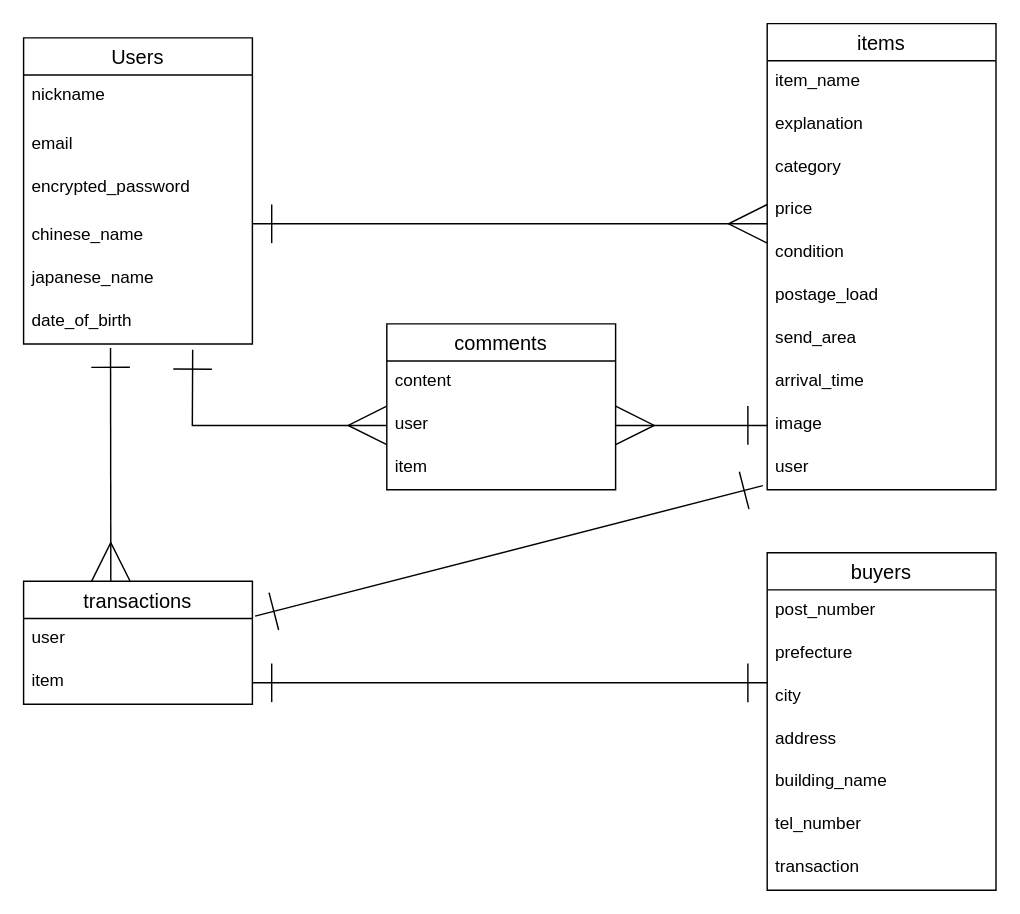
Earlier version of the draw.io diagram furima.dio (kenken-1275/furima-38294). Source tidied: cells renumbered, new cells numbered last; positions are measured from the earlier drawing's top-left corner, leaving out a move shared by most shapes. Both pictures are drawn from the tidied source at 143%, with x=0, y=0 at pixel (23, 23).
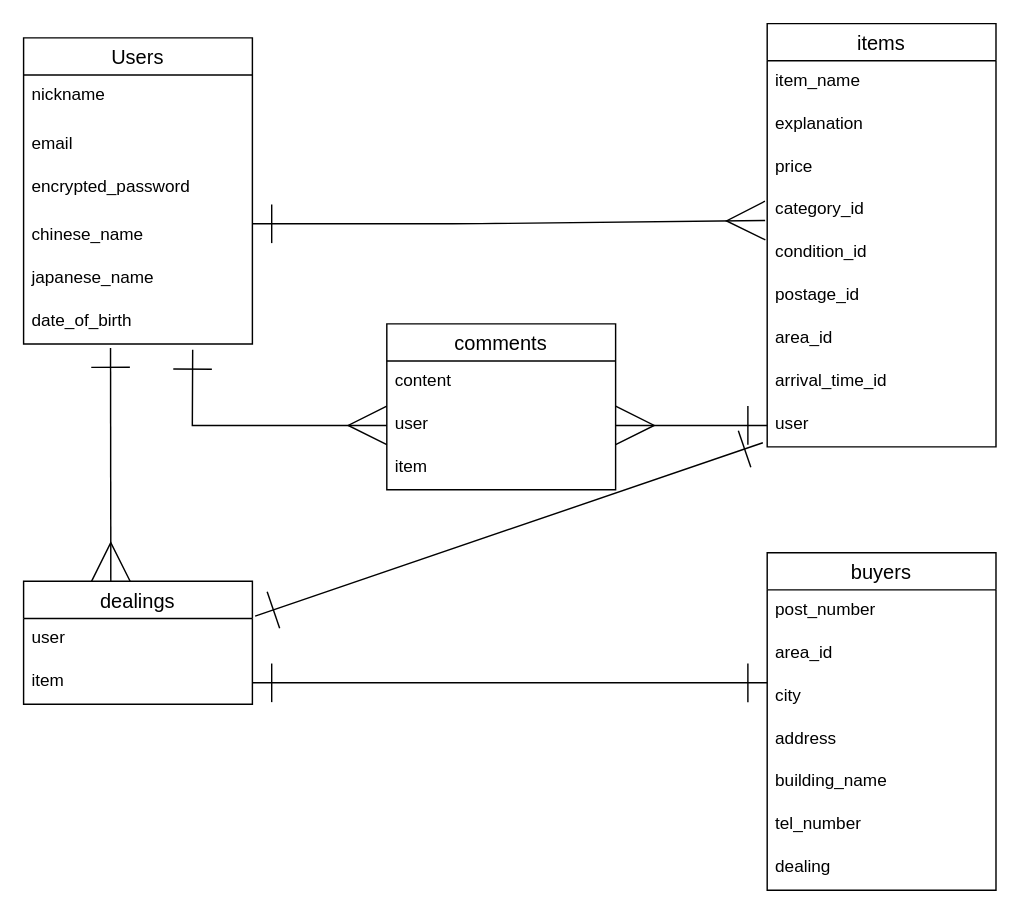
The same page after the edit.

Commit message (it also covers changes not shown here):
テーブル設計の修正

The change refers to these unchanged cells:
```xml
<mxCell id="23" value="user" style="text;strokeColor=none;fillColor=none;spacingLeft=4;spacingRight=4;overflow=hidden;points=[[0,0.5],[1,0.5]];portConstraint=eastwest;fontSize=12;" parent="21" vertex="1">
  <mxGeometry y="56" width="160" height="30" as="geometry" />
</mxCell>
<mxCell id="31" value="buyers" style="swimlane;fontStyle=0;horizontal=1;startSize=26;align=center;fontSize=14;" parent="1" vertex="1">
  <mxGeometry x="520" y="370" width="160" height="236" as="geometry" />
</mxCell>
```

What changed in the source:
```diff
@@
     <mxCell id="9" value="items" style="swimlane;fontStyle=0;horizontal=1;startSize=26;align=center;fontSize=14;" parent="1" vertex="1">
-      <mxGeometry x="520" width="160" height="326" as="geometry" />
+      <mxGeometry x="520" width="160" height="296" as="geometry" />
     </mxCell>
@@
+    <mxCell id="13" value="price" style="text;strokeColor=none;fillColor=none;spacingLeft=4;spacingRight=4;overflow=hidden;points=[[0,0.5],[1,0.5]];portConstraint=eastwest;fontSize=12;" parent="9" vertex="1">
+      <mxGeometry y="86" width="160" height="30" as="geometry" />
+    </mxCell>
-    <mxCell id="12" value="category" style="text;strokeColor=none;fillColor=none;spacingLeft=4;spacingRight=4;overflow=hidden;points=[[0,0.5],[1,0.5]];portConstraint=eastwest;fontSize=12;" parent="9" vertex="1">
-      <mxGeometry y="86" width="160" height="30" as="geometry" />
+    <mxCell id="12" value="category_id" style="text;strokeColor=none;fillColor=none;spacingLeft=4;spacingRight=4;overflow=hidden;points=[[0,0.5],[1,0.5]];portConstraint=eastwest;fontSize=12;" parent="9" vertex="1">
+      <mxGeometry y="116" width="160" height="30" as="geometry" />
     </mxCell>
-    <mxCell id="13" value="price" style="text;strokeColor=none;fillColor=none;spacingLeft=4;spacingRight=4;overflow=hidden;points=[[0,0.5],[1,0.5]];portConstraint=eastwest;fontSize=12;" parent="9" vertex="1">
-      <mxGeometry y="116" width="160" height="30" as="geometry" />
-    </mxCell>
-    <mxCell id="14" value="condition" style="text;strokeColor=none;fillColor=none;spacingLeft=4;spacingRight=4;overflow=hidden;fontSize=12;" parent="9" vertex="1">
+    <mxCell id="14" value="condition_id" style="text;strokeColor=none;fillColor=none;spacingLeft=4;spacingRight=4;overflow=hidden;fontSize=12;" parent="9" vertex="1">
       <mxGeometry y="146" width="160" height="30" as="geometry" />
     </mxCell>
-    <mxCell id="15" value="postage_load" style="text;strokeColor=none;fillColor=none;spacingLeft=4;spacingRight=4;overflow=hidden;fontSize=12;" parent="9" vertex="1">
+    <mxCell id="15" value="postage_id" style="text;strokeColor=none;fillColor=none;spacingLeft=4;spacingRight=4;overflow=hidden;fontSize=12;" parent="9" vertex="1">
       <mxGeometry y="176" width="160" height="30" as="geometry" />
     </mxCell>
-    <mxCell id="16" value="send_area" style="text;strokeColor=none;fillColor=none;spacingLeft=4;spacingRight=4;overflow=hidden;fontSize=12;" parent="9" vertex="1">
+    <mxCell id="16" value="area_id" style="text;strokeColor=none;fillColor=none;spacingLeft=4;spacingRight=4;overflow=hidden;fontSize=12;" parent="9" vertex="1">
       <mxGeometry y="206" width="160" height="30" as="geometry" />
     </mxCell>
-    <mxCell id="17" value="arrival_time" style="text;strokeColor=none;fillColor=none;spacingLeft=4;spacingRight=4;overflow=hidden;fontSize=12;" parent="9" vertex="1">
+    <mxCell id="17" value="arrival_time_id" style="text;strokeColor=none;fillColor=none;spacingLeft=4;spacingRight=4;overflow=hidden;fontSize=12;" parent="9" vertex="1">
       <mxGeometry y="236" width="160" height="30" as="geometry" />
     </mxCell>
-    <mxCell id="18" value="image" style="text;strokeColor=none;fillColor=none;spacingLeft=4;spacingRight=4;overflow=hidden;points=[[0,0.5],[1,0.5]];portConstraint=eastwest;fontSize=12;" parent="9" vertex="1">
-      <mxGeometry y="266" width="160" height="30" as="geometry" />
-    </mxCell>
     <mxCell id="19" value="user" style="text;strokeColor=none;fillColor=none;spacingLeft=4;spacingRight=4;overflow=hidden;points=[[0,0.5],[1,0.5]];portConstraint=eastwest;fontSize=12;" parent="9" vertex="1">
-      <mxGeometry y="296" width="160" height="30" as="geometry" />
+      <mxGeometry y="266" width="160" height="30" as="geometry" />
     </mxCell>
-    <mxCell id="20" style="fontSize=12;html=1;endArrow=ERmany;strokeWidth=1;entryX=0;entryY=0.8;entryDx=0;entryDy=0;entryPerimeter=0;endSize=25;endFill=0;startArrow=ERone;startFill=0;startSize=25;" parent="1" edge="1" target="13">
+    <mxCell id="20" style="fontSize=12;html=1;endArrow=ERmany;strokeWidth=1;entryX=-0.009;entryY=0.724;entryDx=0;entryDy=0;entryPerimeter=0;endSize=25;endFill=0;startArrow=ERone;startFill=0;startSize=25;" parent="1" edge="1" target="12">
       <mxGeometry relative="1" as="geometry">
         <mxPoint x="160" y="140" as="sourcePoint" />
         <Array as="points">
           <mxPoint x="310" y="140" />
         </Array>
       </mxGeometry>
     </mxCell>
@@
-    <mxCell id="25" style="endArrow=ERone;html=1;rounded=0;startSize=25;endSize=25;strokeWidth=1;entryX=0;entryY=0.5;entryDx=0;entryDy=0;startArrow=ERmany;startFill=0;endFill=0;exitX=1;exitY=0.5;exitDx=0;exitDy=0;" parent="1" edge="1" source="23" target="18">
-      <mxGeometry relative="1" as="geometry" />
+    <mxCell id="25" style="endArrow=ERone;html=1;rounded=0;startSize=25;endSize=25;strokeWidth=1;entryX=0;entryY=0.5;entryDx=0;entryDy=0;startArrow=ERmany;startFill=0;endFill=0;exitX=1;exitY=0.5;exitDx=0;exitDy=0;" parent="1" edge="1" source="23">
+      <mxGeometry relative="1" as="geometry">
+        <mxPoint x="520" y="281" as="targetPoint" />
+      </mxGeometry>
     </mxCell>
@@
-    <mxCell id="27" value="transactions" style="swimlane;fontStyle=0;horizontal=1;startSize=26;align=center;fontSize=14;" parent="1" vertex="1">
+    <mxCell id="27" value="dealings" style="swimlane;fontStyle=0;horizontal=1;startSize=26;align=center;fontSize=14;" parent="1" vertex="1">
       <mxGeometry y="390" width="160" height="86" as="geometry" />
     </mxCell>
@@
-    <mxCell id="33" value="prefecture" style="text;strokeColor=none;fillColor=none;spacingLeft=4;spacingRight=4;overflow=hidden;fontSize=12;" parent="31" vertex="1">
+    <mxCell id="33" value="area_id" style="text;strokeColor=none;fillColor=none;spacingLeft=4;spacingRight=4;overflow=hidden;fontSize=12;" parent="31" vertex="1">
       <mxGeometry y="56" width="160" height="30" as="geometry" />
     </mxCell>
@@
-    <mxCell id="38" value="transaction" style="text;strokeColor=none;fillColor=none;spacingLeft=4;spacingRight=4;overflow=hidden;fontSize=12;" parent="31" vertex="1">
+    <mxCell id="38" value="dealing" style="text;strokeColor=none;fillColor=none;spacingLeft=4;spacingRight=4;overflow=hidden;fontSize=12;" parent="31" vertex="1">
       <mxGeometry y="206" width="160" height="30" as="geometry" />
     </mxCell>
```
